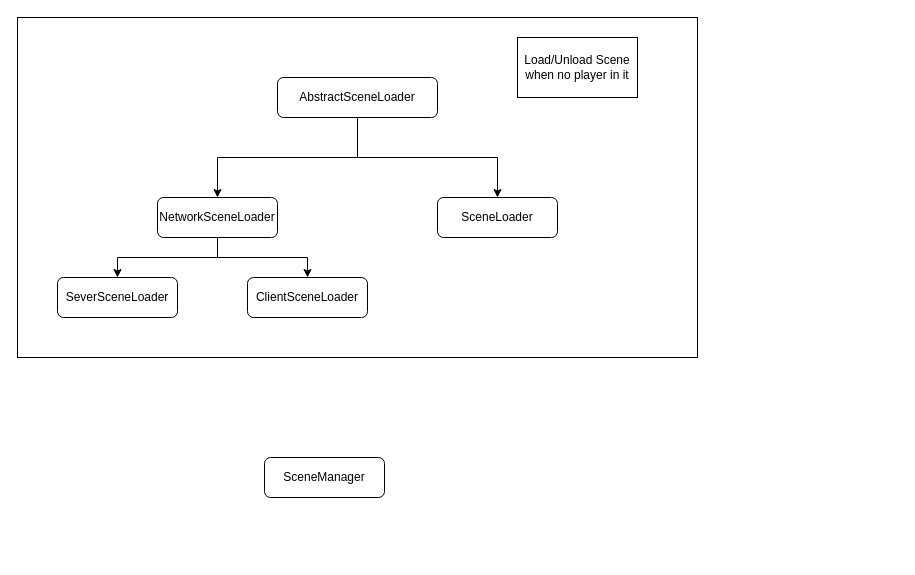
This is Diagrams/DungeonGeneration.drawio from andrex903/OdenFlow, a draw.io file, before an edit. Source tidied: cells renumbered, new cells numbered last; positions are measured from the earlier drawing's top-left corner, leaving out a move shared by most shapes. Both pictures are drawn from the tidied source at 100%, with x=0, y=0 at pixel (17, 17).
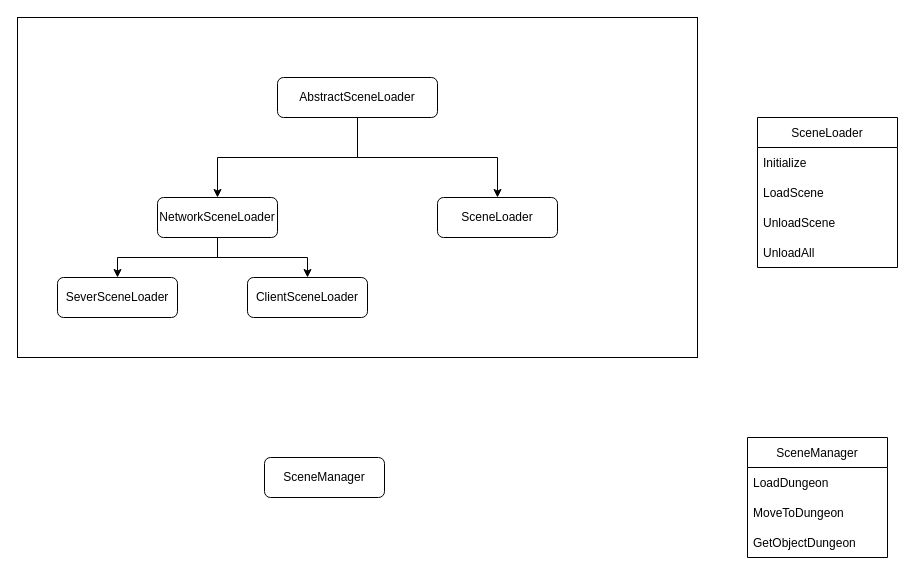
The same diagram, later.

Change to the diagram source:
```diff
@@
-    <mxCell id="11" value="Load/Unload Scene when no player in it" style="rounded=0;whiteSpace=wrap;html=1;shadow=0;glass=0;sketch=0;" parent="1" vertex="1">
-      <mxGeometry x="500" y="20" width="120" height="60" as="geometry" />
-    </mxCell>
@@
+    <mxCell id="14" value="SceneLoader" style="swimlane;fontStyle=0;horizontal=1;startSize=30;rounded=0;shadow=0;glass=0;sketch=0;" parent="1" vertex="1">
+      <mxGeometry x="740" y="100" width="140" height="150" as="geometry" />
+    </mxCell>
+    <mxCell id="15" value="Initialize" style="text;strokeColor=none;fillColor=none;align=left;verticalAlign=middle;spacingLeft=4;spacingRight=4;overflow=hidden;rounded=0;shadow=0;glass=0;sketch=0;" parent="14" vertex="1">
+      <mxGeometry y="30" width="140" height="30" as="geometry" />
+    </mxCell>
+    <mxCell id="16" value="LoadScene" style="text;strokeColor=none;fillColor=none;align=left;verticalAlign=middle;spacingLeft=4;spacingRight=4;overflow=hidden;rounded=0;shadow=0;glass=0;sketch=0;" parent="14" vertex="1">
+      <mxGeometry y="60" width="140" height="30" as="geometry" />
+    </mxCell>
+    <mxCell id="17" value="UnloadScene" style="text;strokeColor=none;fillColor=none;align=left;verticalAlign=middle;spacingLeft=4;spacingRight=4;overflow=hidden;rounded=0;shadow=0;glass=0;sketch=0;" parent="14" vertex="1">
+      <mxGeometry y="90" width="140" height="30" as="geometry" />
+    </mxCell>
+    <mxCell id="18" value="UnloadAll" style="text;strokeColor=none;fillColor=none;align=left;verticalAlign=middle;spacingLeft=4;spacingRight=4;overflow=hidden;rounded=0;shadow=0;glass=0;sketch=0;" parent="14" vertex="1">
+      <mxGeometry y="120" width="140" height="30" as="geometry" />
+    </mxCell>
+    <mxCell id="19" value="SceneManager" style="swimlane;fontStyle=0;horizontal=1;startSize=30;rounded=0;shadow=0;glass=0;sketch=0;" parent="1" vertex="1">
+      <mxGeometry x="730" y="420" width="140" height="120" as="geometry" />
+    </mxCell>
+    <mxCell id="20" value="LoadDungeon" style="text;strokeColor=none;fillColor=none;align=left;verticalAlign=middle;spacingLeft=4;spacingRight=4;overflow=hidden;rounded=0;shadow=0;glass=0;sketch=0;" parent="19" vertex="1">
+      <mxGeometry y="30" width="140" height="30" as="geometry" />
+    </mxCell>
+    <mxCell id="21" value="MoveToDungeon" style="text;strokeColor=none;fillColor=none;align=left;verticalAlign=middle;spacingLeft=4;spacingRight=4;overflow=hidden;rounded=0;shadow=0;glass=0;sketch=0;" parent="19" vertex="1">
+      <mxGeometry y="60" width="140" height="30" as="geometry" />
+    </mxCell>
+    <mxCell id="22" value="GetObjectDungeon" style="text;strokeColor=none;fillColor=none;align=left;verticalAlign=middle;spacingLeft=4;spacingRight=4;overflow=hidden;rounded=0;shadow=0;glass=0;sketch=0;" parent="19" vertex="1">
+      <mxGeometry y="90" width="140" height="30" as="geometry" />
+    </mxCell>
```
